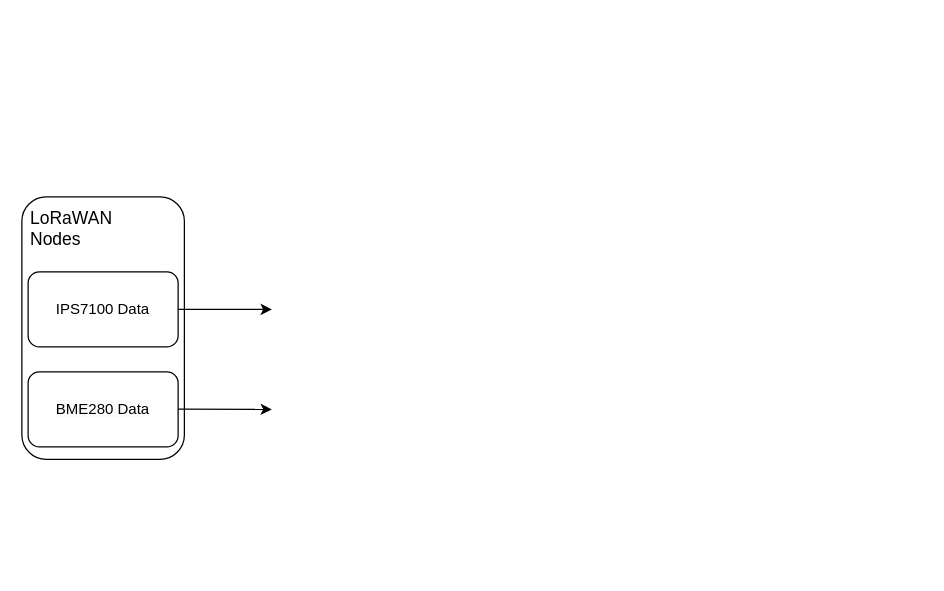
mi3nts/LoRaWANNodes keeps this draw.io diagram as resources/mlPipeline.drawio. Above is the earlier version. Source tidied: cells renumbered, new cells numbered last; positions are measured from the earlier drawing's top-left corner, leaving out a move shared by most shapes. Both pictures are drawn from the tidied source at 125%, with x=0, y=0 at pixel (21, 196).
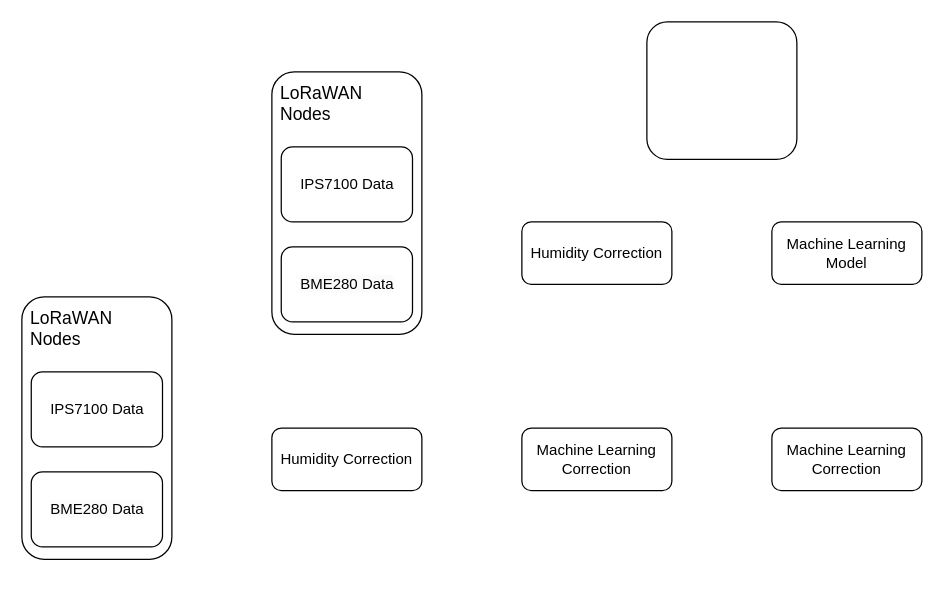
Above is the later version.

The edit, as a diff of the source:
```diff
@@
 <mxGraphModel>
   <root>
     <mxCell id="0" />
     <mxCell id="1" parent="0" />
     <mxCell id="2" style="rounded=1;whiteSpace=wrap;html=1;" parent="1" vertex="1">
-      <mxGeometry width="130" height="210" as="geometry" />
+      <mxGeometry y="80" width="120" height="210" as="geometry" />
     </mxCell>
     <mxCell id="3" value="IPS7100 Data" style="rounded=1;whiteSpace=wrap;html=1;" parent="1" vertex="1">
-      <mxGeometry x="5" y="60" width="120" height="60" as="geometry" />
+      <mxGeometry x="7.5" y="140" width="105" height="60" as="geometry" />
     </mxCell>
     <mxCell id="4" value="&lt;span style=&quot;color: rgb(0, 0, 0); font-family: Helvetica; font-size: 12px; font-style: normal; font-variant-ligatures: normal; font-variant-caps: normal; font-weight: 400; letter-spacing: normal; orphans: 2; text-align: center; text-indent: 0px; text-transform: none; widows: 2; word-spacing: 0px; -webkit-text-stroke-width: 0px; white-space: normal; background-color: rgb(251, 251, 251); text-decoration-thickness: initial; text-decoration-style: initial; text-decoration-color: initial; display: inline !important; float: none;&quot;&gt;BME280 Data&lt;/span&gt;" style="rounded=1;whiteSpace=wrap;html=1;" parent="1" vertex="1">
-      <mxGeometry x="5" y="140" width="120" height="60" as="geometry" />
+      <mxGeometry x="7.5" y="220" width="105" height="60" as="geometry" />
     </mxCell>
     <mxCell id="5" style="edgeStyle=orthogonalEdgeStyle;rounded=0;orthogonalLoop=1;jettySize=auto;html=1;exitX=0.5;exitY=1;exitDx=0;exitDy=0;" parent="1" edge="1" source="2" target="2">
       <mxGeometry relative="1" as="geometry" />
     </mxCell>
     <mxCell id="6" value="&lt;font style=&quot;font-size: 14px;&quot;&gt;LoRaWAN Nodes&lt;/font&gt;" style="text;html=1;align=left;verticalAlign=middle;whiteSpace=wrap;rounded=0;" parent="1" vertex="1">
-      <mxGeometry x="5" y="10" width="80" height="30" as="geometry" />
+      <mxGeometry x="5" y="90" width="80" height="30" as="geometry" />
     </mxCell>
-    <mxCell id="7" style="endArrow=classic;html=1;rounded=0;exitX=1;exitY=0.5;exitDx=0;exitDy=0;" parent="1" edge="1" source="3">
-      <mxGeometry relative="1" as="geometry">
-        <mxPoint x="200" y="90" as="targetPoint" />
-      </mxGeometry>
-    </mxCell>
-    <mxCell id="8" style="endArrow=classic;html=1;rounded=0;exitX=1;exitY=0.5;exitDx=0;exitDy=0;" parent="1" edge="1">
-      <mxGeometry relative="1" as="geometry">
-        <mxPoint x="125" y="169.7" as="sourcePoint" />
-        <mxPoint x="200" y="170" as="targetPoint" />
-      </mxGeometry>
-    </mxCell>
+    <mxCell id="9" value="Humidity Correction" style="rounded=1;whiteSpace=wrap;html=1;" parent="1" vertex="1">
+      <mxGeometry x="200" y="185" width="120" height="50" as="geometry" />
+    </mxCell>
+    <mxCell id="10" value="Machine Learning Correction" style="rounded=1;whiteSpace=wrap;html=1;" parent="1" vertex="1">
+      <mxGeometry x="400" y="185" width="120" height="50" as="geometry" />
+    </mxCell>
+    <mxCell id="11" style="edgeStyle=orthogonalEdgeStyle;rounded=0;orthogonalLoop=1;jettySize=auto;html=1;exitX=0.5;exitY=1;exitDx=0;exitDy=0;" parent="1" edge="1" source="9" target="9">
+      <mxGeometry relative="1" as="geometry" />
+    </mxCell>
+    <mxCell id="12" value="Machine Learning Correction" style="rounded=1;whiteSpace=wrap;html=1;" parent="1" vertex="1">
+      <mxGeometry x="600" y="185" width="120" height="50" as="geometry" />
+    </mxCell>
+    <mxCell id="13" style="rounded=1;whiteSpace=wrap;html=1;" parent="1" vertex="1">
+      <mxGeometry x="200" y="-100" width="120" height="210" as="geometry" />
+    </mxCell>
+    <mxCell id="14" value="IPS7100 Data" style="rounded=1;whiteSpace=wrap;html=1;" parent="1" vertex="1">
+      <mxGeometry x="207.5" y="-40" width="105" height="60" as="geometry" />
+    </mxCell>
+    <mxCell id="15" value="&lt;span style=&quot;color: rgb(0, 0, 0); font-family: Helvetica; font-size: 12px; font-style: normal; font-variant-ligatures: normal; font-variant-caps: normal; font-weight: 400; letter-spacing: normal; orphans: 2; text-align: center; text-indent: 0px; text-transform: none; widows: 2; word-spacing: 0px; -webkit-text-stroke-width: 0px; white-space: normal; background-color: rgb(251, 251, 251); text-decoration-thickness: initial; text-decoration-style: initial; text-decoration-color: initial; display: inline !important; float: none;&quot;&gt;BME280 Data&lt;/span&gt;" style="rounded=1;whiteSpace=wrap;html=1;" parent="1" vertex="1">
+      <mxGeometry x="207.5" y="40" width="105" height="60" as="geometry" />
+    </mxCell>
+    <mxCell id="16" style="edgeStyle=orthogonalEdgeStyle;rounded=0;orthogonalLoop=1;jettySize=auto;html=1;exitX=0.5;exitY=1;exitDx=0;exitDy=0;" parent="1" edge="1" source="13" target="13">
+      <mxGeometry relative="1" as="geometry" />
+    </mxCell>
+    <mxCell id="17" value="&lt;font style=&quot;font-size: 14px;&quot;&gt;LoRaWAN Nodes&lt;/font&gt;" style="text;html=1;align=left;verticalAlign=middle;whiteSpace=wrap;rounded=0;" parent="1" vertex="1">
+      <mxGeometry x="205" y="-90" width="85" height="30" as="geometry" />
+    </mxCell>
+    <mxCell id="18" value="Humidity Correction" style="rounded=1;whiteSpace=wrap;html=1;" parent="1" vertex="1">
+      <mxGeometry x="400" y="20" width="120" height="50" as="geometry" />
+    </mxCell>
+    <mxCell id="19" value="Machine Learning Model" style="rounded=1;whiteSpace=wrap;html=1;" parent="1" vertex="1">
+      <mxGeometry x="600" y="20" width="120" height="50" as="geometry" />
+    </mxCell>
+    <mxCell id="20" style="rounded=1;whiteSpace=wrap;html=1;" parent="1" vertex="1">
+      <mxGeometry x="500" y="-140" width="120" height="110" as="geometry" />
+    </mxCell>
   </root>
 </mxGraphModel>
```
